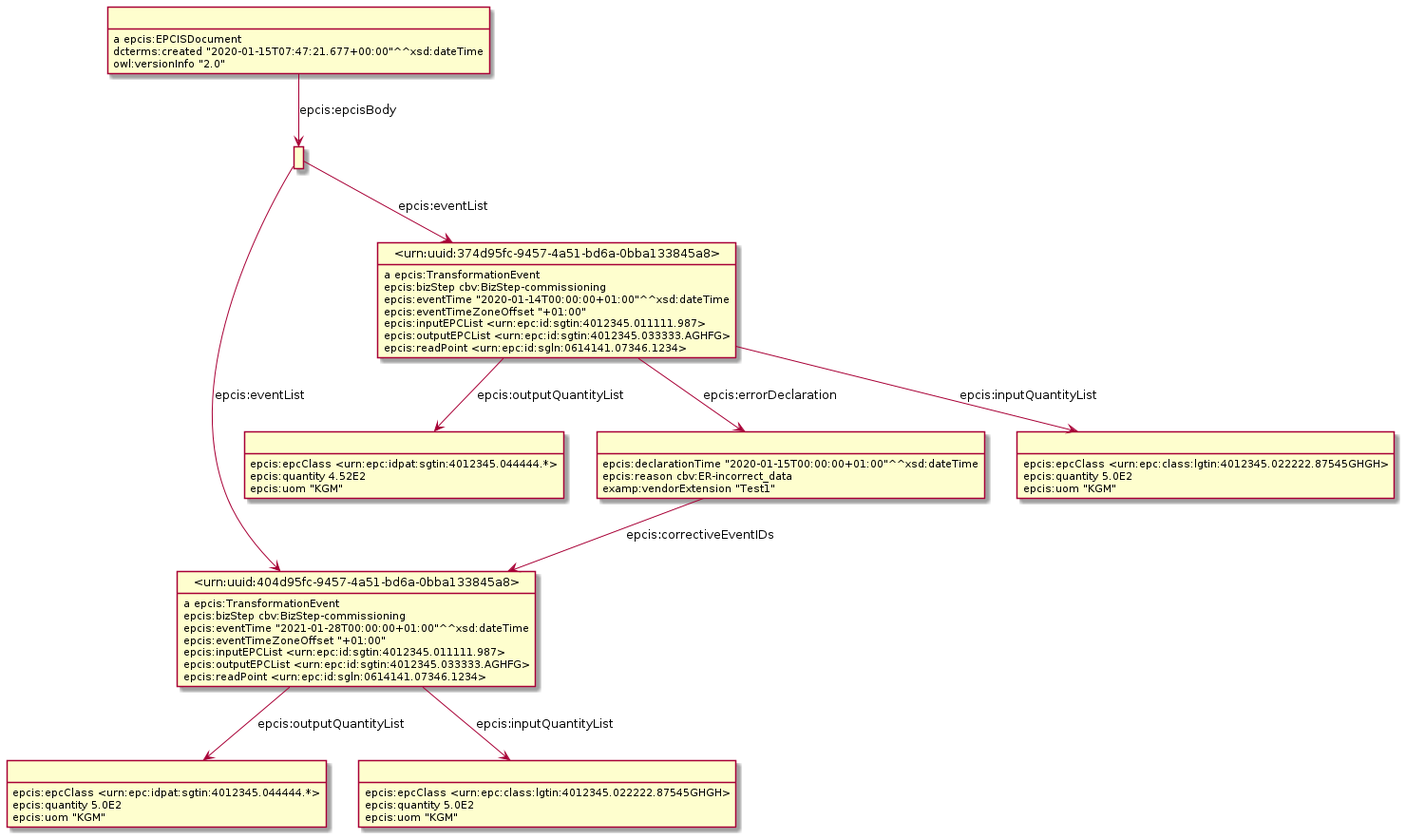
Above: Diagrams/WithErrorDeclaration/ErrorDeclarationAndCorrectiveEvent.png in gs1/EPCIS (PlantUML), before the change.
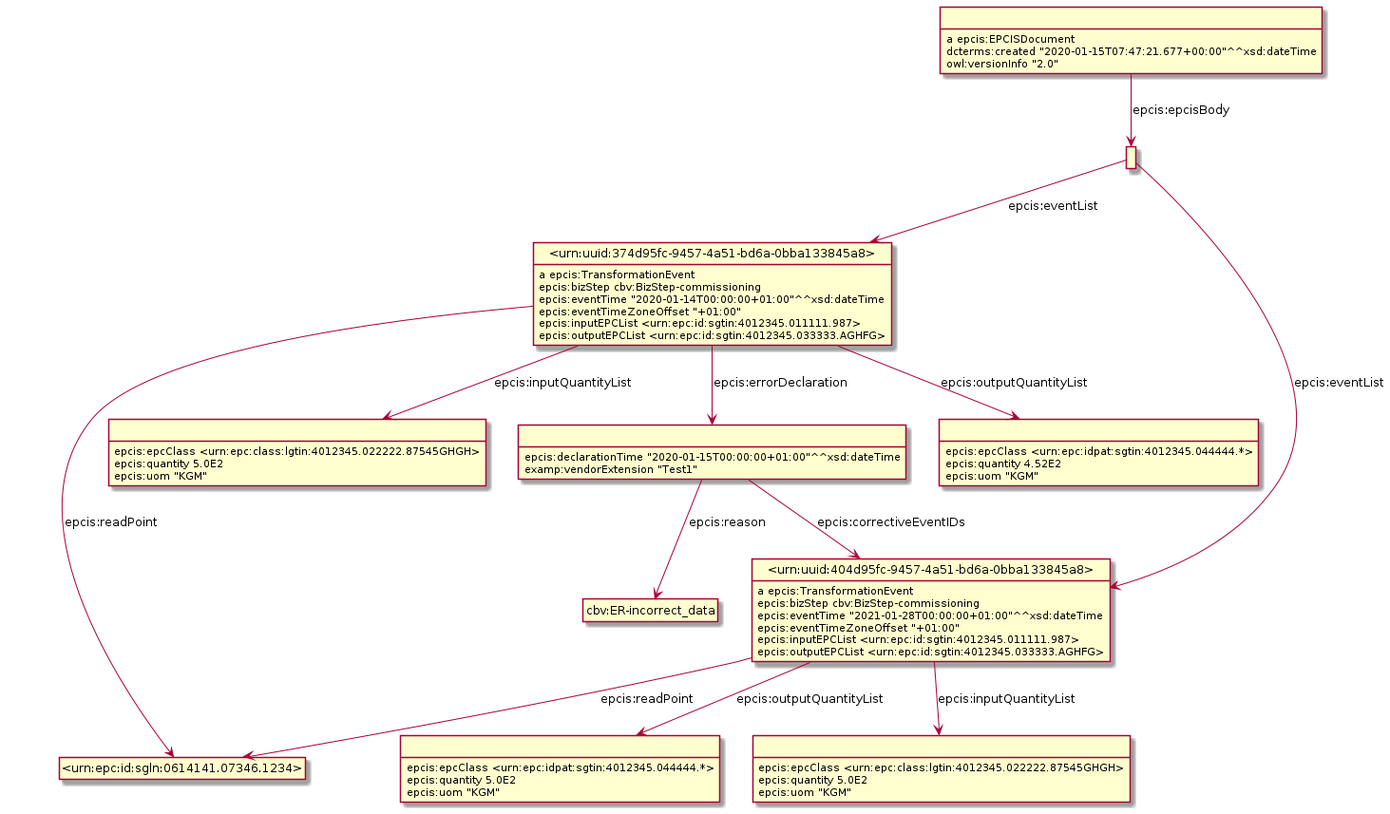
After the commit.

Change to the diagram source:
```diff
@@ -3,54 +3,56 @@
 hide empty attributes
 hide circle
 skinparam classAttributeIconSize 0
-class _r1631889702r4_ as " "
-_r1631889702r4_ : epcis:epcClass <urn:epc:idpat:sgtin:4012345.044444.*>
-_r1631889702r4_ : epcis:quantity 4.52E2
-_r1631889702r4_ : epcis:uom "KGM"
-class _r1631889702r1_ as " "
+class _r1632232141r4_ as " "
+_r1632232141r4_ : epcis:epcClass <urn:epc:idpat:sgtin:4012345.044444.*>
+_r1632232141r4_ : epcis:quantity 4.52E2
+_r1632232141r4_ : epcis:uom "KGM"
 class _urn_uuid_404d95fc_9457_4a51_bd6a_0bba133845a8_ as "<urn:uuid:404d95fc-9457-4a51-bd6a-0bba133845a8>"
-_r1631889702r1_ -down-> _urn_uuid_404d95fc_9457_4a51_bd6a_0bba133845a8_ : epcis:eventList
-class _urn_uuid_374d95fc_9457_4a51_bd6a_0bba133845a8_ as "<urn:uuid:374d95fc-9457-4a51-bd6a-0bba133845a8>"
-_r1631889702r1_ -down-> _urn_uuid_374d95fc_9457_4a51_bd6a_0bba133845a8_ : epcis:eventList
 _urn_uuid_404d95fc_9457_4a51_bd6a_0bba133845a8_ : a epcis:TransformationEvent
-class _r1631889702r6_ as " "
-_urn_uuid_404d95fc_9457_4a51_bd6a_0bba133845a8_ -down-> _r1631889702r6_ : epcis:outputQuantityList
-class _r1631889702r5_ as " "
-_urn_uuid_404d95fc_9457_4a51_bd6a_0bba133845a8_ -down-> _r1631889702r5_ : epcis:inputQuantityList
+class _urn_epc_id_sgln_0614141_07346_1234_ as "<urn:epc:id:sgln:0614141.07346.1234>"
+_urn_uuid_404d95fc_9457_4a51_bd6a_0bba133845a8_ -down-> _urn_epc_id_sgln_0614141_07346_1234_ : epcis:readPoint
+class _r1632232141r5_ as " "
+_urn_uuid_404d95fc_9457_4a51_bd6a_0bba133845a8_ -down-> _r1632232141r5_ : epcis:inputQuantityList
+class _r1632232141r6_ as " "
+_urn_uuid_404d95fc_9457_4a51_bd6a_0bba133845a8_ -down-> _r1632232141r6_ : epcis:outputQuantityList
 _urn_uuid_404d95fc_9457_4a51_bd6a_0bba133845a8_ : epcis:bizStep cbv:BizStep-commissioning
 _urn_uuid_404d95fc_9457_4a51_bd6a_0bba133845a8_ : epcis:eventTime "2021-01-28T00:00:00+01:00"^^xsd:dateTime
 _urn_uuid_404d95fc_9457_4a51_bd6a_0bba133845a8_ : epcis:eventTimeZoneOffset "+01:00"
 _urn_uuid_404d95fc_9457_4a51_bd6a_0bba133845a8_ : epcis:inputEPCList <urn:epc:id:sgtin:4012345.011111.987>
 _urn_uuid_404d95fc_9457_4a51_bd6a_0bba133845a8_ : epcis:outputEPCList <urn:epc:id:sgtin:4012345.033333.AGHFG>
-_urn_uuid_404d95fc_9457_4a51_bd6a_0bba133845a8_ : epcis:readPoint <urn:epc:id:sgln:0614141.07346.1234>
+class _r1632232141r2_ as " "
+_r1632232141r2_ -down-> _urn_uuid_404d95fc_9457_4a51_bd6a_0bba133845a8_ : epcis:correctiveEventIDs
+class cbv_ER_incorrect_data as "cbv:ER-incorrect_data"
+_r1632232141r2_ -down-> cbv_ER_incorrect_data : epcis:reason
+_r1632232141r2_ : epcis:declarationTime "2020-01-15T00:00:00+01:00"^^xsd:dateTime
+_r1632232141r2_ : examp:vendorExtension "Test1"
+class _r1632232141r1_ as " "
+class _urn_uuid_374d95fc_9457_4a51_bd6a_0bba133845a8_ as "<urn:uuid:374d95fc-9457-4a51-bd6a-0bba133845a8>"
+_r1632232141r1_ -down-> _urn_uuid_374d95fc_9457_4a51_bd6a_0bba133845a8_ : epcis:eventList
+_r1632232141r1_ -down-> _urn_uuid_404d95fc_9457_4a51_bd6a_0bba133845a8_ : epcis:eventList
 _urn_uuid_374d95fc_9457_4a51_bd6a_0bba133845a8_ : a epcis:TransformationEvent
-class _r1631889702r2_ as " "
-_urn_uuid_374d95fc_9457_4a51_bd6a_0bba133845a8_ -down-> _r1631889702r2_ : epcis:errorDeclaration
-class _r1631889702r3_ as " "
-_urn_uuid_374d95fc_9457_4a51_bd6a_0bba133845a8_ -down-> _r1631889702r3_ : epcis:inputQuantityList
-_urn_uuid_374d95fc_9457_4a51_bd6a_0bba133845a8_ -down-> _r1631889702r4_ : epcis:outputQuantityList
+_urn_uuid_374d95fc_9457_4a51_bd6a_0bba133845a8_ -down-> _urn_epc_id_sgln_0614141_07346_1234_ : epcis:readPoint
+_urn_uuid_374d95fc_9457_4a51_bd6a_0bba133845a8_ -down-> _r1632232141r4_ : epcis:outputQuantityList
+_urn_uuid_374d95fc_9457_4a51_bd6a_0bba133845a8_ -down-> _r1632232141r2_ : epcis:errorDeclaration
+class _r1632232141r3_ as " "
+_urn_uuid_374d95fc_9457_4a51_bd6a_0bba133845a8_ -down-> _r1632232141r3_ : epcis:inputQuantityList
 _urn_uuid_374d95fc_9457_4a51_bd6a_0bba133845a8_ : epcis:bizStep cbv:BizStep-commissioning
 _urn_uuid_374d95fc_9457_4a51_bd6a_0bba133845a8_ : epcis:eventTime "2020-01-14T00:00:00+01:00"^^xsd:dateTime
 _urn_uuid_374d95fc_9457_4a51_bd6a_0bba133845a8_ : epcis:eventTimeZoneOffset "+01:00"
 _urn_uuid_374d95fc_9457_4a51_bd6a_0bba133845a8_ : epcis:inputEPCList <urn:epc:id:sgtin:4012345.011111.987>
 _urn_uuid_374d95fc_9457_4a51_bd6a_0bba133845a8_ : epcis:outputEPCList <urn:epc:id:sgtin:4012345.033333.AGHFG>
-_urn_uuid_374d95fc_9457_4a51_bd6a_0bba133845a8_ : epcis:readPoint <urn:epc:id:sgln:0614141.07346.1234>
-_r1631889702r6_ : epcis:epcClass <urn:epc:idpat:sgtin:4012345.044444.*>
-_r1631889702r6_ : epcis:quantity 5.0E2
-_r1631889702r6_ : epcis:uom "KGM"
-_r1631889702r2_ -down-> _urn_uuid_404d95fc_9457_4a51_bd6a_0bba133845a8_ : epcis:correctiveEventIDs
-_r1631889702r2_ : epcis:declarationTime "2020-01-15T00:00:00+01:00"^^xsd:dateTime
-_r1631889702r2_ : epcis:reason cbv:ER-incorrect_data
-_r1631889702r2_ : examp:vendorExtension "Test1"
-class _r1631889702r0_ as " "
-_r1631889702r0_ : a epcis:EPCISDocument
-_r1631889702r0_ -down-> _r1631889702r1_ : epcis:epcisBody
-_r1631889702r0_ : dcterms:created "2020-01-15T07:47:21.677+00:00"^^xsd:dateTime
-_r1631889702r0_ : owl:versionInfo "2.0"
-_r1631889702r5_ : epcis:epcClass <urn:epc:class:lgtin:4012345.022222.87545GHGH>
-_r1631889702r5_ : epcis:quantity 5.0E2
-_r1631889702r5_ : epcis:uom "KGM"
-_r1631889702r3_ : epcis:epcClass <urn:epc:class:lgtin:4012345.022222.87545GHGH>
-_r1631889702r3_ : epcis:quantity 5.0E2
-_r1631889702r3_ : epcis:uom "KGM"
+class _r1632232141r0_ as " "
+_r1632232141r0_ : a epcis:EPCISDocument
+_r1632232141r0_ -down-> _r1632232141r1_ : epcis:epcisBody
+_r1632232141r0_ : dcterms:created "2020-01-15T07:47:21.677+00:00"^^xsd:dateTime
+_r1632232141r0_ : owl:versionInfo "2.0"
+_r1632232141r6_ : epcis:epcClass <urn:epc:idpat:sgtin:4012345.044444.*>
+_r1632232141r6_ : epcis:quantity 5.0E2
+_r1632232141r6_ : epcis:uom "KGM"
+_r1632232141r3_ : epcis:epcClass <urn:epc:class:lgtin:4012345.022222.87545GHGH>
+_r1632232141r3_ : epcis:quantity 5.0E2
+_r1632232141r3_ : epcis:uom "KGM"
+_r1632232141r5_ : epcis:epcClass <urn:epc:class:lgtin:4012345.022222.87545GHGH>
+_r1632232141r5_ : epcis:quantity 5.0E2
+_r1632232141r5_ : epcis:uom "KGM"
 @enduml
```
